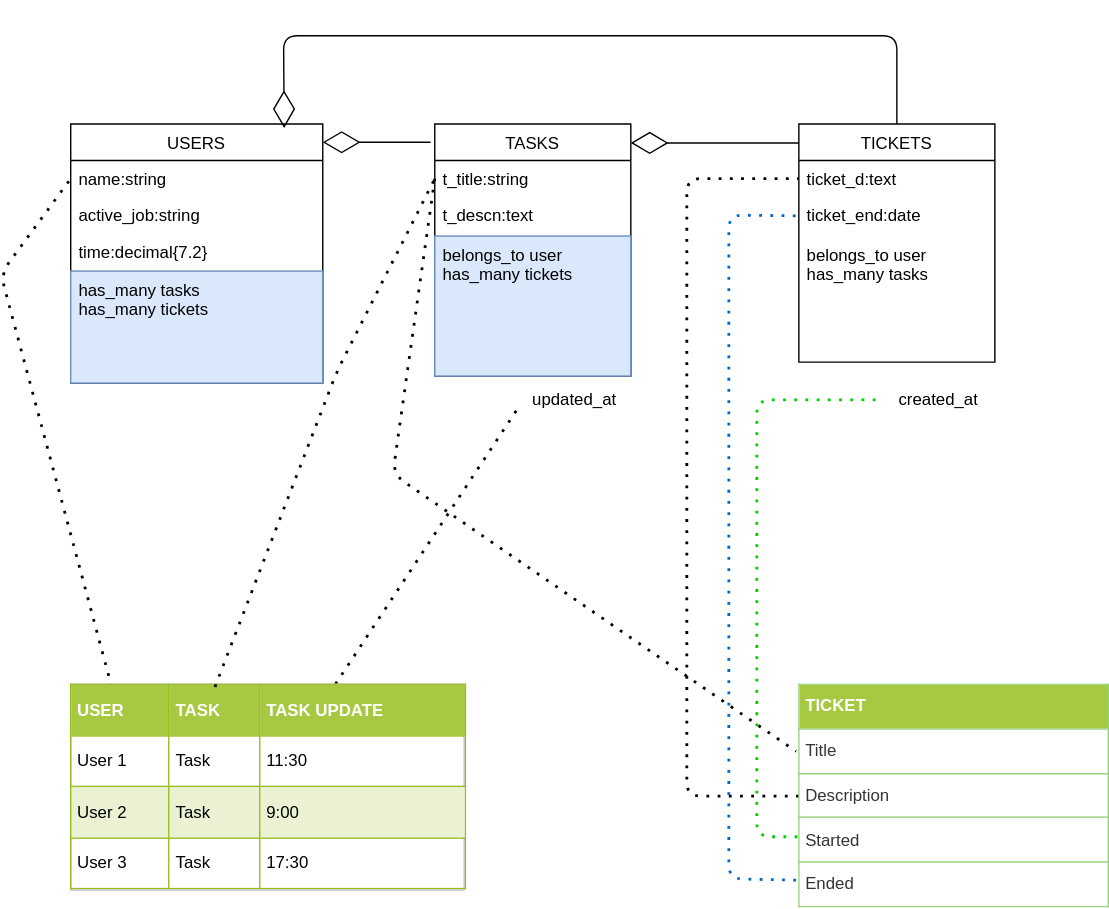
Earlier version of the draw.io export MyApp.svg (Roru-cmd/Myapp). Source tidied: cells renumbered, new cells last; positions are measured from the earlier drawing's top-left corner, leaving out a move shared by most shapes.
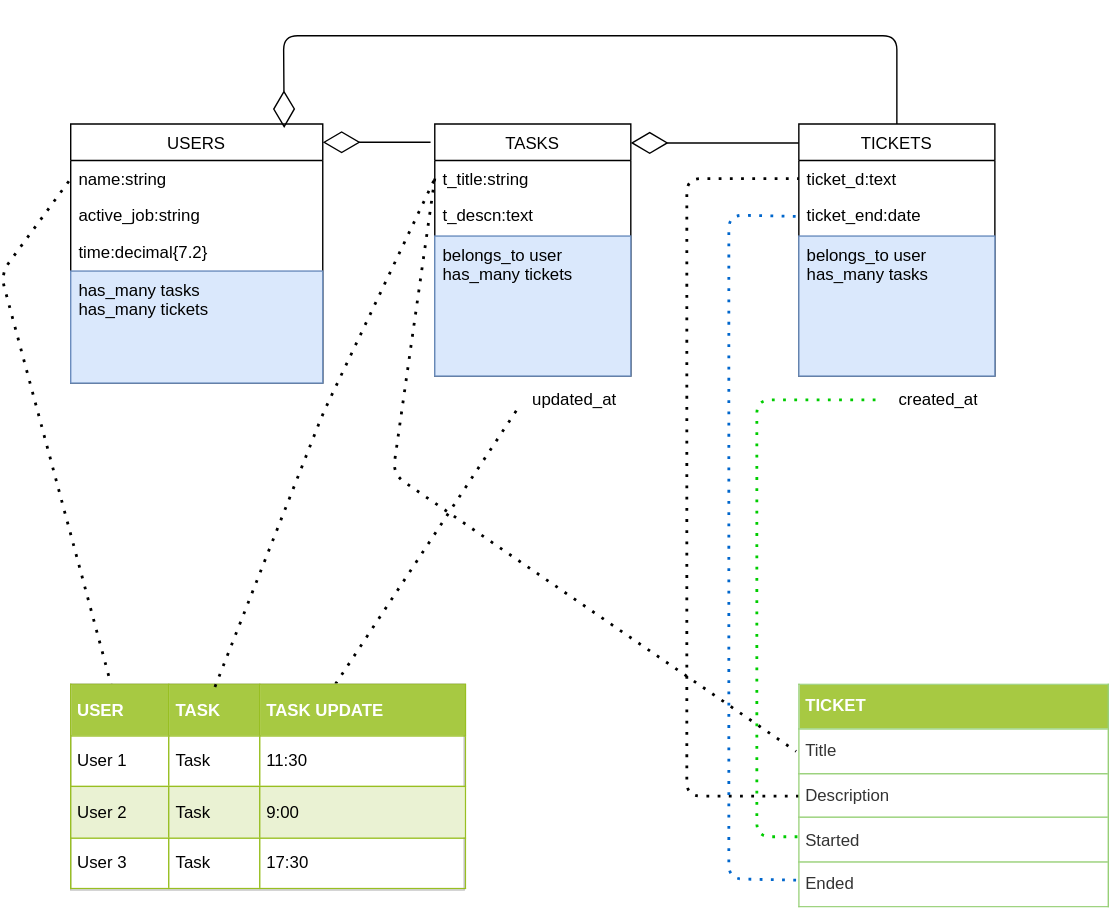
After the commit.

Change to the diagram source:
```diff
@@ -30,14 +30,17 @@
       <mxGeometry y="80" width="140" height="100" as="geometry" />
     </mxCell>
     <mxCell id="11" value="TICKETS" style="swimlane;fontStyle=0;horizontal=1;startSize=26;fillColor=none;" parent="1" vertex="1">
-      <mxGeometry x="570" y="63" width="140" height="170" as="geometry" />
+      <mxGeometry x="570" y="63" width="140" height="180" as="geometry" />
     </mxCell>
     <mxCell id="12" value="ticket_d:text" style="text;strokeColor=none;fillColor=none;align=left;verticalAlign=top;spacingLeft=4;spacingRight=4;overflow=hidden;points=[[0,0.5],[1,0.5]];portConstraint=eastwest;" parent="11" vertex="1">
       <mxGeometry y="26" width="140" height="26" as="geometry" />
     </mxCell>
-    <mxCell id="13" value="ticket_end:date&#10;&#10;belongs_to user&#10;has_many tasks" style="text;strokeColor=none;fillColor=none;align=left;verticalAlign=top;spacingLeft=4;spacingRight=4;overflow=hidden;points=[[0,0.5],[1,0.5]];portConstraint=eastwest;" parent="11" vertex="1">
-      <mxGeometry y="52" width="140" height="118" as="geometry" />
+    <mxCell id="13" value="ticket_end:date" style="text;strokeColor=none;fillColor=none;align=left;verticalAlign=top;spacingLeft=4;spacingRight=4;overflow=hidden;points=[[0,0.5],[1,0.5]];portConstraint=eastwest;" parent="11" vertex="1">
+      <mxGeometry y="52" width="140" height="28" as="geometry" />
     </mxCell>
+    <mxCell id="29" value="belongs_to user&#10;has_many tasks" style="text;strokeColor=#6c8ebf;fillColor=#dae8fc;align=left;verticalAlign=top;spacingLeft=4;spacingRight=4;overflow=hidden;" parent="11" vertex="1">
+      <mxGeometry y="80" width="140" height="100" as="geometry" />
+    </mxCell>
     <mxCell id="14" style="endArrow=diamondThin;endFill=0;endSize=24;html=1;" parent="1" edge="1">
       <mxGeometry x="200" y="193" as="geometry">
         <mxPoint x="307" y="76" as="sourcePoint" />
@@ -106,14 +109,14 @@
       <mxGeometry x="200" y="353" as="geometry">
         <mxPoint x="153" y="465" as="sourcePoint" />
         <Array as="points">
-          <mxPoint x="240" y="240" />
+          <mxPoint x="230" y="270" />
         </Array>
       </mxGeometry>
     </mxCell>
     <mxCell id="26" value="&lt;table border=&quot;1&quot; width=&quot;100%&quot; cellpadding=&quot;4&quot; style=&quot;width: 100% ; height: 100% ; border-collapse: collapse ; border: 1px solid rgb(151 , 208 , 119)&quot;&gt;&lt;tbody&gt;&lt;tr style=&quot;background-color: rgb(167 , 201 , 66) ; color: rgb(255 , 255 , 255)&quot;&gt;&lt;th align=&quot;left&quot;&gt;TICKET&lt;/th&gt;&lt;/tr&gt;&lt;tr&gt;&lt;td&gt;Title&lt;/td&gt;&lt;/tr&gt;&lt;tr&gt;&lt;td&gt;Description&lt;/td&gt;&lt;/tr&gt;&lt;tr&gt;&lt;td&gt;Started&amp;nbsp;&lt;/td&gt;&lt;/tr&gt;&lt;tr&gt;&lt;td&gt;Ended&lt;/td&gt;&lt;/tr&gt;&lt;/tbody&gt;&lt;/table&gt;" style="text;html=1;overflow=fill;rounded=0;fontColor=#333333;" parent="1" vertex="1">
       <mxGeometry x="570" y="463" width="220" height="160" as="geometry" />
     </mxCell>
-    <mxCell id="27" style="endArrow=none;dashed=1;html=1;dashPattern=1 3;strokeWidth=2;entryX=0.003;entryY=0.115;entryDx=0;entryDy=0;exitX=-0.009;exitY=0.875;exitDx=0;exitDy=0;exitPerimeter=0;strokeColor=#0066CC;entryPerimeter=0;" parent="1" edge="1" source="26" target="13">
+    <mxCell id="27" style="endArrow=none;dashed=1;html=1;dashPattern=1 3;strokeWidth=2;entryX=0;entryY=0.5;entryDx=0;entryDy=0;exitX=-0.009;exitY=0.875;exitDx=0;exitDy=0;exitPerimeter=0;strokeColor=#0066CC;" parent="1" edge="1" source="26" target="13">
       <mxGeometry x="200" y="353" as="geometry">
         <Array as="points">
           <mxPoint x="520" y="602" />
```
